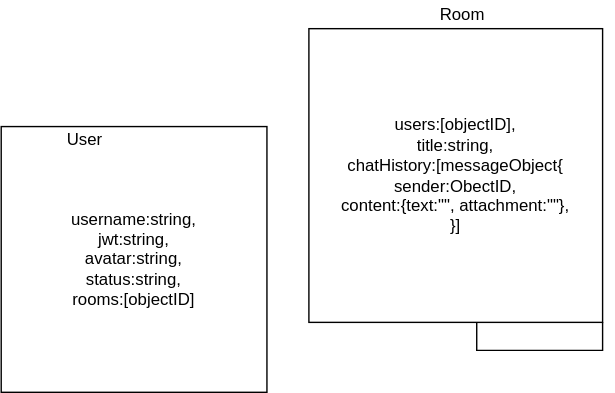
This is structure.drawio.svg from ALStoilkov/WhatsApp-BE, a draw.io export, as it was before one commit. Source tidied: cells renumbered, new cells last; positions are measured from the earlier drawing's top-left corner, leaving out a move shared by most shapes. The source it was exported from:
```xml
<mxGraphModel>
  <root>
    <mxCell id="0" />
    <mxCell id="1" parent="0" />
    <mxCell id="2" value="username:string,&lt;br&gt;jwt:string,&lt;br&gt;avatar:string,&lt;br&gt;status:string,&lt;br&gt;rooms:[objectID]" style="whiteSpace=wrap;html=1;" parent="1" vertex="1">
      <mxGeometry y="90" width="190" height="190" as="geometry" />
    </mxCell>
    <mxCell id="3" style="edgeStyle=orthogonalEdgeStyle;rounded=0;jettySize=auto;html=1;exitX=1;exitY=1;exitDx=0;exitDy=0;" parent="1" edge="1" source="4">
      <mxGeometry relative="1" as="geometry">
        <mxPoint x="340" y="220" as="targetPoint" />
      </mxGeometry>
    </mxCell>
    <mxCell id="4" value="&lt;span&gt;users:[objectID],&lt;br&gt;title:string,&lt;br&gt;chatHistory:[messageObject{&lt;br&gt;sender:ObectID,&lt;br&gt;content:{text:&quot;&quot;, attachment:&quot;&quot;},&lt;br&gt;}]&lt;br&gt;&lt;/span&gt;" style="whiteSpace=wrap;html=1;" parent="1" vertex="1">
      <mxGeometry x="220" y="20" width="210" height="210" as="geometry" />
    </mxCell>
    <mxCell id="5" value="User" style="text;html=1;strokeColor=none;fillColor=none;align=center;verticalAlign=middle;whiteSpace=wrap;rounded=0;" parent="1" vertex="1">
      <mxGeometry x="40" y="90" width="40" height="20" as="geometry" />
    </mxCell>
    <mxCell id="6" value="Room" style="text;html=1;strokeColor=none;fillColor=none;align=center;verticalAlign=middle;whiteSpace=wrap;rounded=0;" parent="1" vertex="1">
      <mxGeometry x="310" width="40" height="20" as="geometry" />
    </mxCell>
  </root>
</mxGraphModel>
```
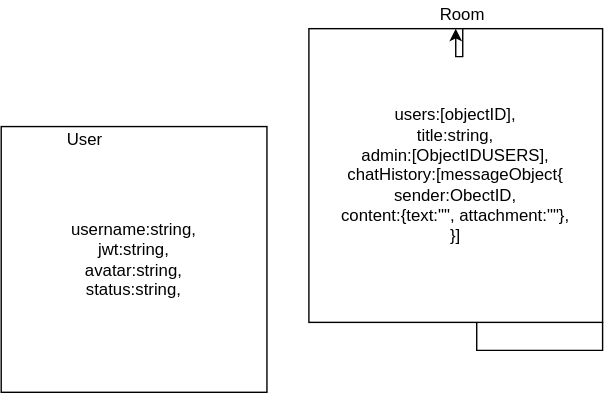
Later version of the same file.

Commit message:
user schema added

The edit, as a diff of the source:
```diff
@@ -2,7 +2,7 @@
   <root>
     <mxCell id="0" />
     <mxCell id="1" parent="0" />
-    <mxCell id="2" value="username:string,&lt;br&gt;jwt:string,&lt;br&gt;avatar:string,&lt;br&gt;status:string,&lt;br&gt;rooms:[objectID]" style="whiteSpace=wrap;html=1;" parent="1" vertex="1">
+    <mxCell id="2" value="username:string,&lt;br&gt;jwt:string,&lt;br&gt;avatar:string,&lt;br&gt;status:string,&lt;br&gt;" style="whiteSpace=wrap;html=1;" parent="1" vertex="1">
       <mxGeometry y="90" width="190" height="190" as="geometry" />
     </mxCell>
     <mxCell id="3" style="edgeStyle=orthogonalEdgeStyle;rounded=0;jettySize=auto;html=1;exitX=1;exitY=1;exitDx=0;exitDy=0;" parent="1" edge="1" source="4">
@@ -10,12 +10,15 @@
         <mxPoint x="340" y="220" as="targetPoint" />
       </mxGeometry>
     </mxCell>
-    <mxCell id="4" value="&lt;span&gt;users:[objectID],&lt;br&gt;title:string,&lt;br&gt;chatHistory:[messageObject{&lt;br&gt;sender:ObectID,&lt;br&gt;content:{text:&quot;&quot;, attachment:&quot;&quot;},&lt;br&gt;}]&lt;br&gt;&lt;/span&gt;" style="whiteSpace=wrap;html=1;" parent="1" vertex="1">
+    <mxCell id="4" value="&lt;span&gt;users:[objectID],&lt;br&gt;title:string,&lt;br&gt;admin:[ObjectIDUSERS],&lt;br&gt;chatHistory:[messageObject{&lt;br&gt;sender:ObectID,&lt;br&gt;content:{text:&quot;&quot;, attachment:&quot;&quot;},&lt;br&gt;}]&lt;br&gt;&lt;/span&gt;" style="whiteSpace=wrap;html=1;" parent="1" vertex="1">
       <mxGeometry x="220" y="20" width="210" height="210" as="geometry" />
     </mxCell>
     <mxCell id="5" value="User" style="text;html=1;strokeColor=none;fillColor=none;align=center;verticalAlign=middle;whiteSpace=wrap;rounded=0;" parent="1" vertex="1">
       <mxGeometry x="40" y="90" width="40" height="20" as="geometry" />
     </mxCell>
+    <mxCell id="7" style="edgeStyle=orthogonalEdgeStyle;rounded=0;jettySize=auto;html=1;" parent="1" edge="1" source="6" target="4">
+      <mxGeometry relative="1" as="geometry" />
+    </mxCell>
     <mxCell id="6" value="Room" style="text;html=1;strokeColor=none;fillColor=none;align=center;verticalAlign=middle;whiteSpace=wrap;rounded=0;" parent="1" vertex="1">
       <mxGeometry x="310" width="40" height="20" as="geometry" />
     </mxCell>
```
